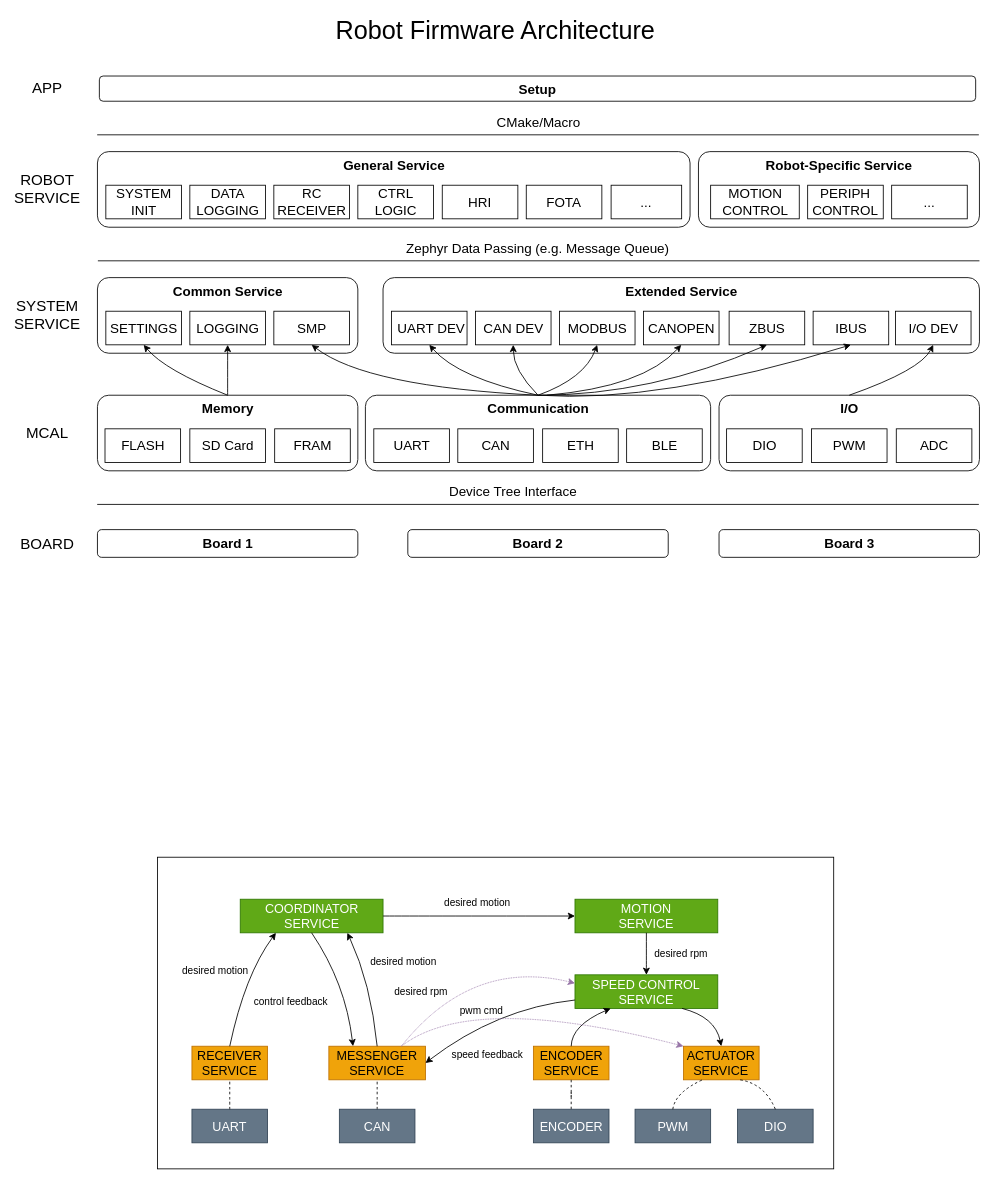
Earlier version of the draw.io diagram docs/robot/wt200/firmware/tbot_firmware.drawio (rxdu/robofw). Source tidied: cells renumbered, new cells numbered last; positions are measured from the earlier drawing's top-left corner, leaving out a move shared by most shapes. Both pictures are drawn from the tidied source at 84%, with x=0, y=0 at pixel (22, 17).
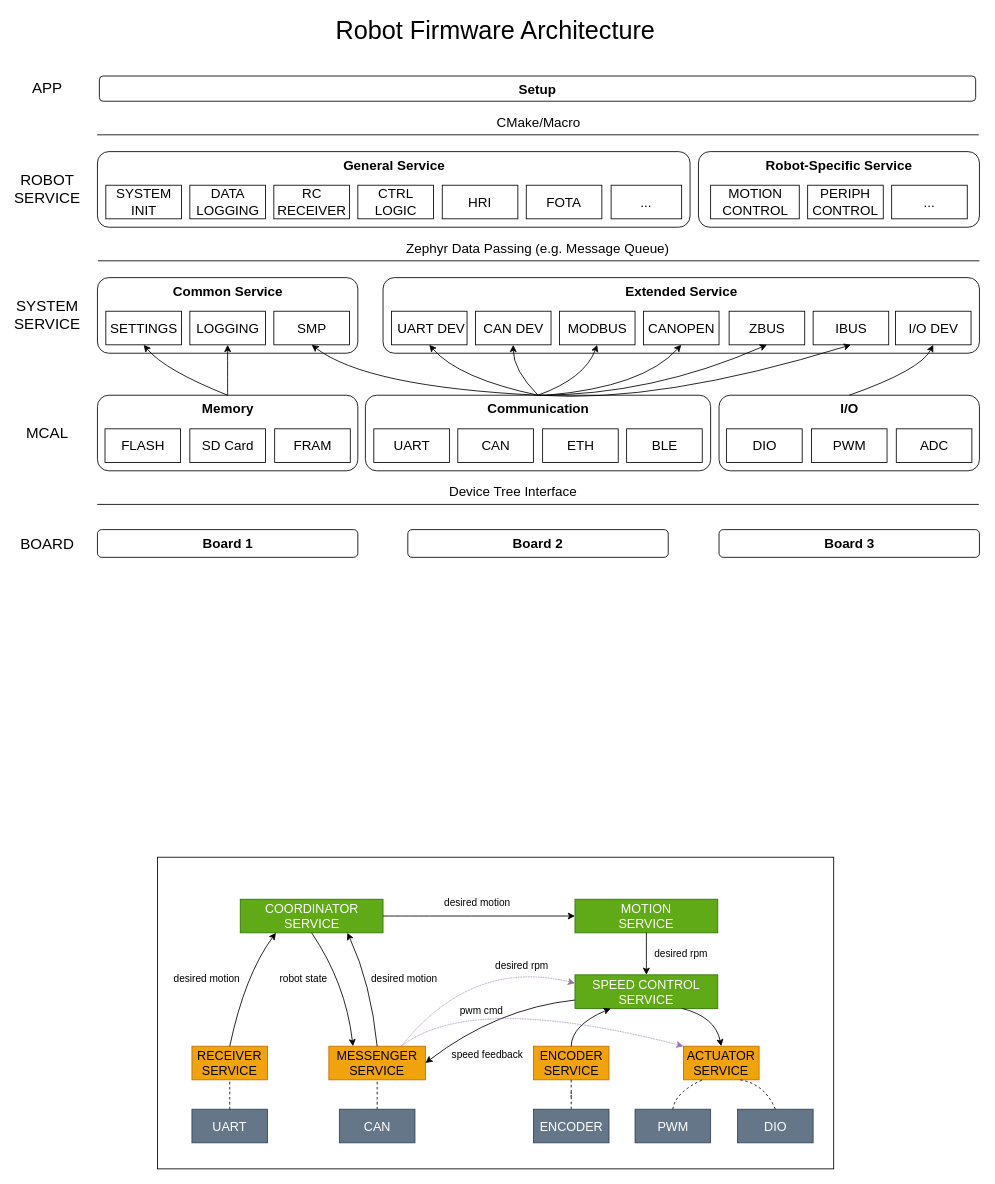
Above is the later version.

Commit message (it also covers changes not shown here):
msg: added supervised mode feedback

Change to the diagram source:
```diff
@@
     <mxCell id="95" value="desired motion" style="text;html=1;strokeColor=none;fillColor=none;align=center;verticalAlign=middle;whiteSpace=wrap;rounded=0;" parent="1" vertex="1">
-      <mxGeometry x="398.5" y="1110" width="110" height="30" as="geometry" />
+      <mxGeometry x="399.5" y="1130" width="110" height="30" as="geometry" />
     </mxCell>
     <mxCell id="96" value="desired motion" style="text;html=1;strokeColor=none;fillColor=none;align=center;verticalAlign=middle;whiteSpace=wrap;rounded=0;" parent="1" vertex="1">
-      <mxGeometry x="175" y="1121" width="110" height="30" as="geometry" />
+      <mxGeometry x="165" y="1130" width="110" height="30" as="geometry" />
     </mxCell>
@@
-    <mxCell id="99" value="control feedback" style="text;html=1;strokeColor=none;fillColor=none;align=center;verticalAlign=middle;whiteSpace=wrap;rounded=0;" parent="1" vertex="1">
-      <mxGeometry x="265" y="1157" width="110" height="30" as="geometry" />
+    <mxCell id="99" value="robot state" style="text;html=1;strokeColor=none;fillColor=none;align=center;verticalAlign=middle;whiteSpace=wrap;rounded=0;" parent="1" vertex="1">
+      <mxGeometry x="296" y="1130" width="77.5" height="30" as="geometry" />
     </mxCell>
@@
     <mxCell id="102" value="desired rpm" style="text;html=1;strokeColor=none;fillColor=none;align=center;verticalAlign=middle;whiteSpace=wrap;rounded=0;" parent="1" vertex="1">
-      <mxGeometry x="419.5" y="1145" width="110" height="30" as="geometry" />
+      <mxGeometry x="539.5" y="1115" width="110" height="30" as="geometry" />
     </mxCell>
```
